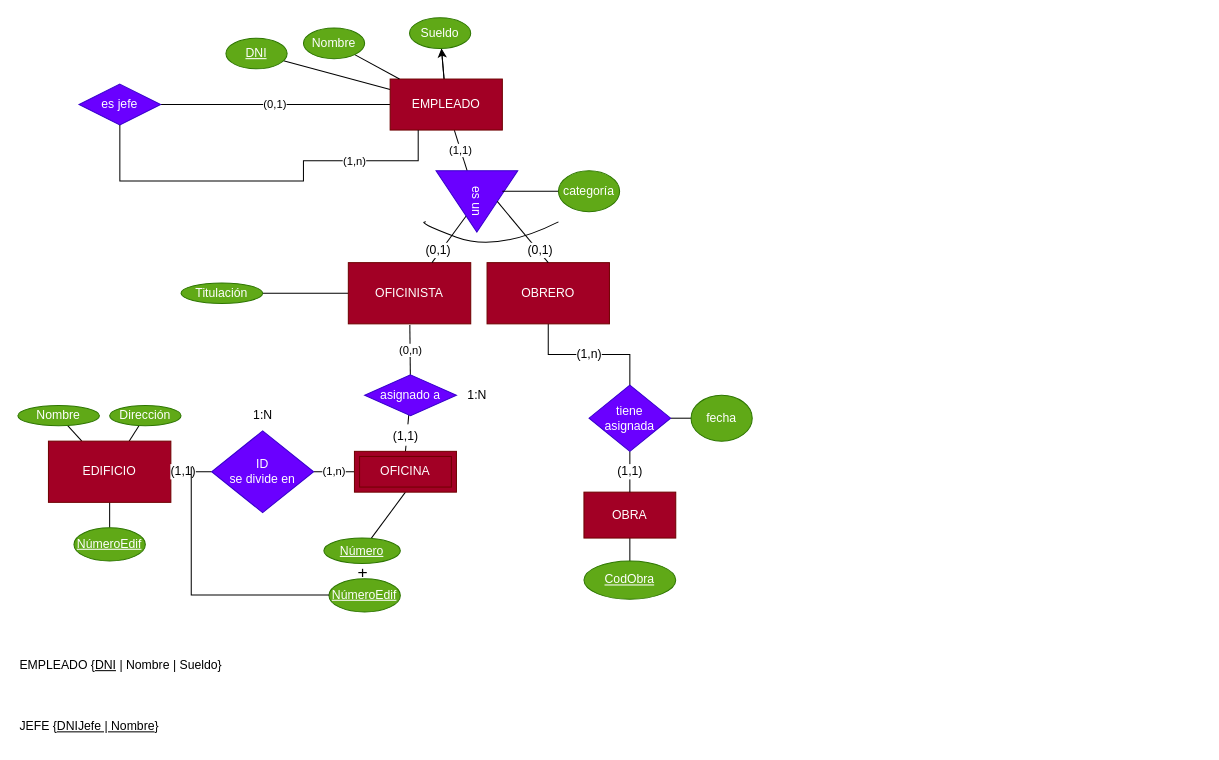
Before: page "Ejercicio 10" (3 of 3) of Ejercicio8-9-10.drawio in antonionavarro04/diagramas, a draw.io diagram. Source tidied: cells renumbered, new cells numbered last; positions are measured from the earlier drawing's top-left corner, leaving out a move shared by most shapes. Both pictures are drawn from the tidied source at 102%, with x=0, y=0 at pixel (17, 17).
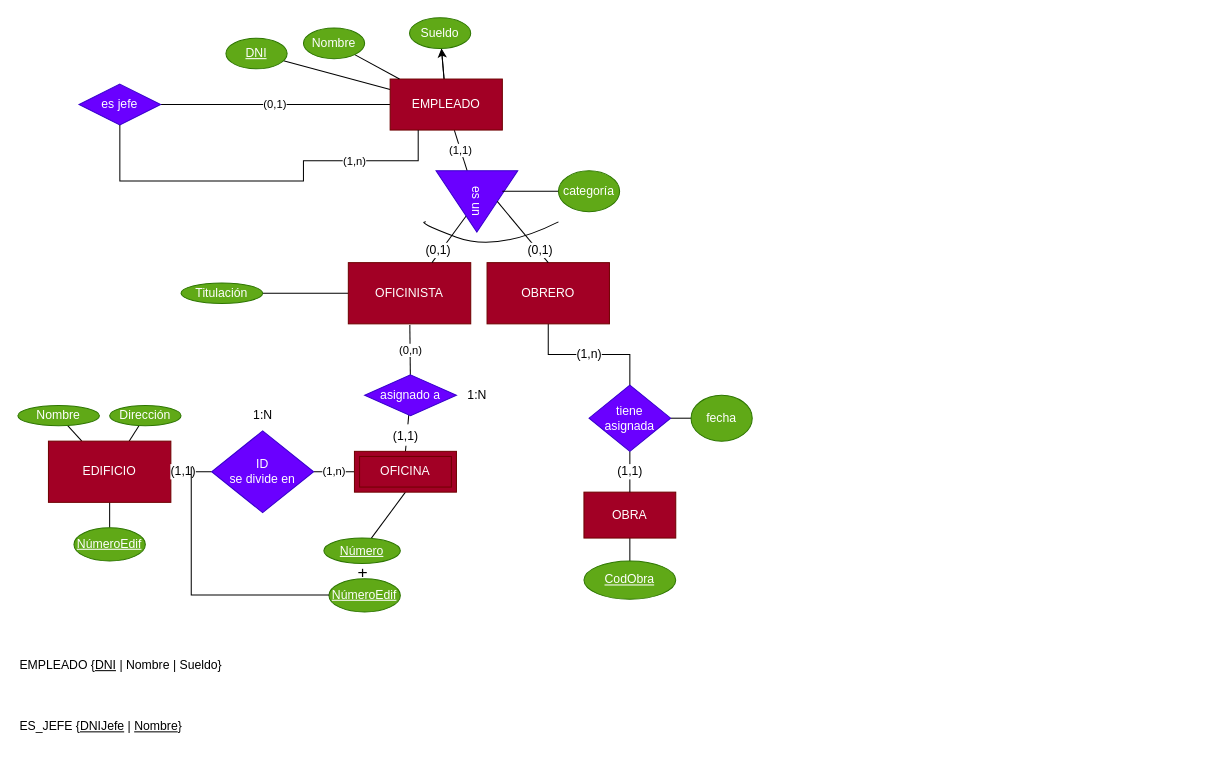
After the change.

The edit, as a diff of the source:
```diff
@@
-    <mxCell id="59" value="JEFE {&lt;u&gt;DNIJefe | Nombre&lt;/u&gt;}" style="text;html=1;strokeColor=none;fillColor=none;align=left;verticalAlign=middle;whiteSpace=wrap;rounded=0;" parent="1" vertex="1">
+    <mxCell id="59" value="ES_JEFE {&lt;u&gt;DNIJefe&lt;/u&gt; | &lt;u&gt;Nombre&lt;/u&gt;}" style="text;html=1;strokeColor=none;fillColor=none;align=left;verticalAlign=middle;whiteSpace=wrap;rounded=0;" parent="1" vertex="1">
       <mxGeometry y="680" width="1160" height="30" as="geometry" />
     </mxCell>
```
